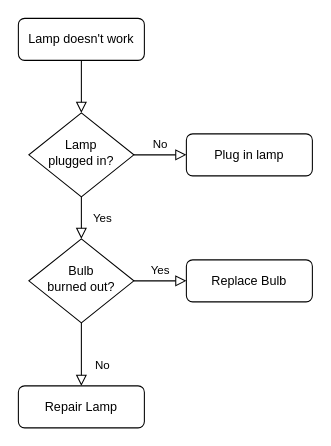
Before: flow.drawio in jparghi/public, a draw.io diagram. Source tidied: cells renumbered, new cells numbered last; positions are measured from the earlier drawing's top-left corner, leaving out a move shared by most shapes. Both pictures are drawn from the tidied source at 105%, with x=0, y=0 at pixel (18, 18).
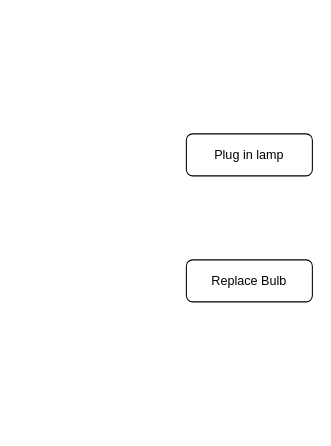
Above is the later version.

What changed in the source:
```diff
@@
 <mxGraphModel>
   <root>
     <mxCell id="0" />
     <mxCell id="1" parent="0" />
-    <mxCell id="2" style="rounded=0;html=1;jettySize=auto;fontSize=11;endArrow=block;endFill=0;endSize=8;strokeWidth=1;shadow=0;labelBackgroundColor=none;edgeStyle=orthogonalEdgeStyle;" parent="1" edge="1" source="3" target="6">
-      <mxGeometry relative="1" as="geometry" />
-    </mxCell>
-    <mxCell id="3" value="Lamp doesn't work" style="rounded=1;whiteSpace=wrap;html=1;fontSize=12;glass=0;strokeWidth=1;shadow=0;" parent="1" vertex="1">
-      <mxGeometry width="120" height="40" as="geometry" />
-    </mxCell>
-    <mxCell id="4" value="Yes" style="rounded=0;html=1;jettySize=auto;fontSize=11;endArrow=block;endFill=0;endSize=8;strokeWidth=1;shadow=0;labelBackgroundColor=none;edgeStyle=orthogonalEdgeStyle;" parent="1" edge="1" source="6" target="10">
-      <mxGeometry y="20" relative="1" as="geometry" />
-    </mxCell>
-    <mxCell id="5" value="No" style="edgeStyle=orthogonalEdgeStyle;rounded=0;html=1;jettySize=auto;fontSize=11;endArrow=block;endFill=0;endSize=8;strokeWidth=1;shadow=0;labelBackgroundColor=none;" parent="1" edge="1" source="6" target="7">
-      <mxGeometry y="10" relative="1" as="geometry" />
-    </mxCell>
-    <mxCell id="6" value="Lamp&lt;br&gt;plugged in?" style="rhombus;whiteSpace=wrap;html=1;shadow=0;fontFamily=Helvetica;fontSize=12;align=center;strokeWidth=1;spacing=6;spacingTop=-4;" parent="1" vertex="1">
-      <mxGeometry x="10" y="90" width="100" height="80" as="geometry" />
-    </mxCell>
     <mxCell id="7" value="Plug in lamp" style="rounded=1;whiteSpace=wrap;html=1;fontSize=12;glass=0;strokeWidth=1;shadow=0;" parent="1" vertex="1">
       <mxGeometry x="160" y="110" width="120" height="40" as="geometry" />
     </mxCell>
-    <mxCell id="8" value="No" style="rounded=0;html=1;jettySize=auto;fontSize=11;endArrow=block;endFill=0;endSize=8;strokeWidth=1;shadow=0;labelBackgroundColor=none;edgeStyle=orthogonalEdgeStyle;" parent="1" edge="1" source="10" target="11">
-      <mxGeometry x="0.33" y="20" relative="1" as="geometry" />
-    </mxCell>
-    <mxCell id="9" value="Yes" style="edgeStyle=orthogonalEdgeStyle;rounded=0;html=1;jettySize=auto;fontSize=11;endArrow=block;endFill=0;endSize=8;strokeWidth=1;shadow=0;labelBackgroundColor=none;" parent="1" edge="1" source="10" target="12">
-      <mxGeometry y="10" relative="1" as="geometry" />
-    </mxCell>
-    <mxCell id="10" value="Bulb&lt;br&gt;burned out?" style="rhombus;whiteSpace=wrap;html=1;shadow=0;fontFamily=Helvetica;fontSize=12;align=center;strokeWidth=1;spacing=6;spacingTop=-4;" parent="1" vertex="1">
-      <mxGeometry x="10" y="210" width="100" height="80" as="geometry" />
-    </mxCell>
-    <mxCell id="11" value="Repair Lamp" style="rounded=1;whiteSpace=wrap;html=1;fontSize=12;glass=0;strokeWidth=1;shadow=0;" parent="1" vertex="1">
-      <mxGeometry y="350" width="120" height="40" as="geometry" />
-    </mxCell>
     <mxCell id="12" value="Replace Bulb" style="rounded=1;whiteSpace=wrap;html=1;fontSize=12;glass=0;strokeWidth=1;shadow=0;" parent="1" vertex="1">
       <mxGeometry x="160" y="230" width="120" height="40" as="geometry" />
     </mxCell>
   </root>
 </mxGraphModel>
```
